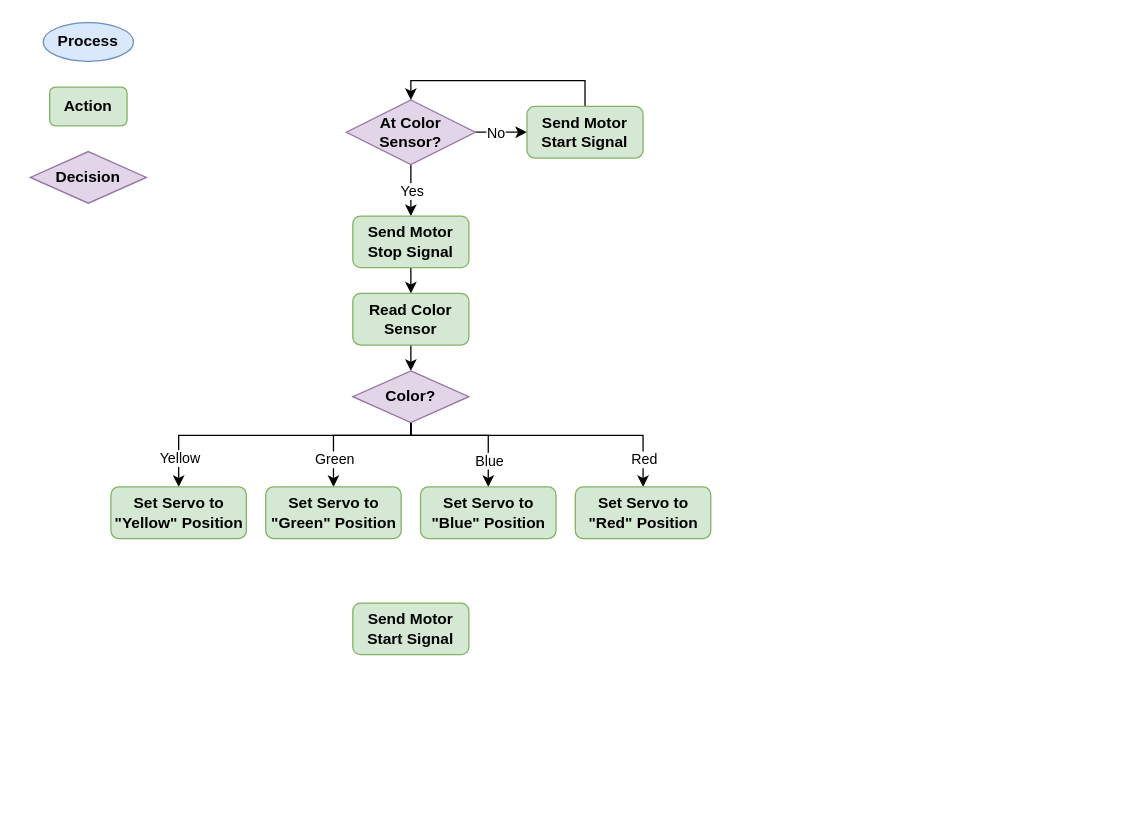
loganhartford/mte460_project keeps this draw.io diagram as draw/flow.drawio. Above is the earlier version. Source tidied: cells renumbered, new cells numbered last; positions are measured from the earlier drawing's top-left corner, leaving out a move shared by most shapes. Both pictures are drawn from the tidied source at 129%, with x=0, y=0 at pixel (30, 22).
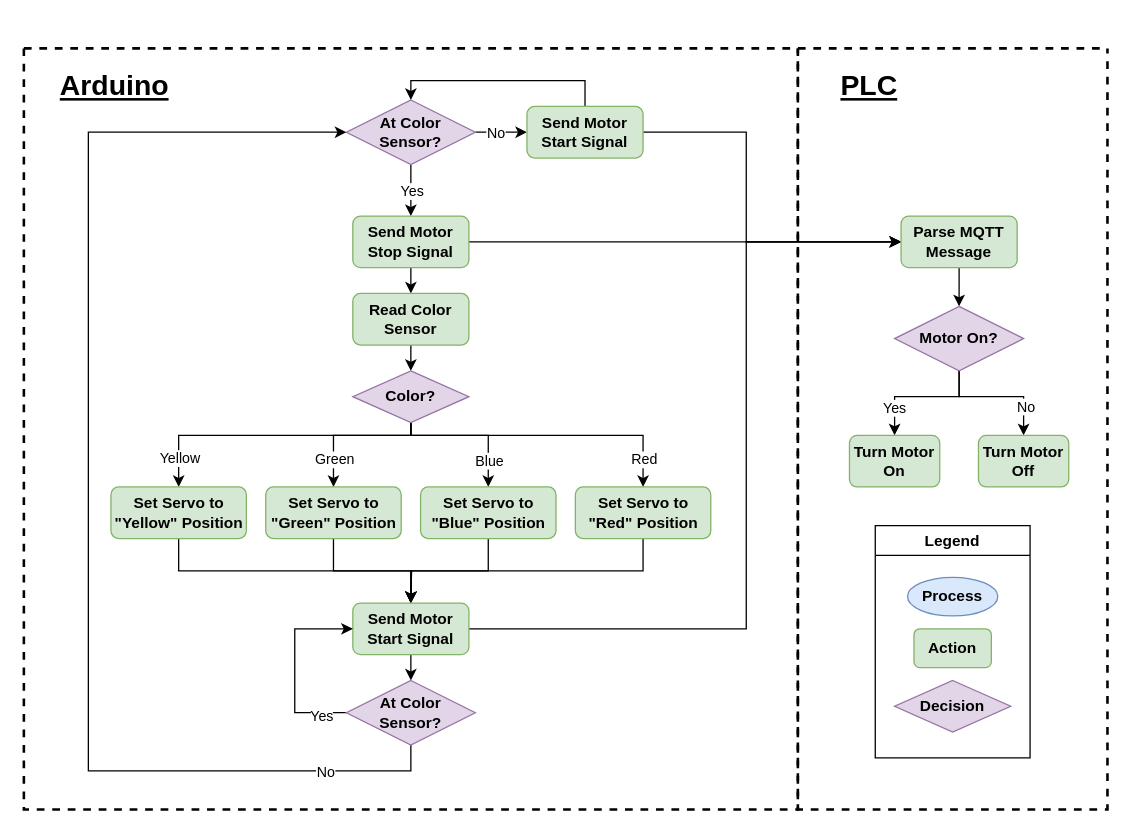
The same page after the edit.

Commit message (it also covers changes not shown here):
sheild stuff added and draw diagram finished

The change refers to these unchanged cells:
```xml
<mxCell id="9" value="At Color Sensor?" style="rhombus;whiteSpace=wrap;html=1;fontStyle=1;fillColor=#e1d5e7;strokeColor=#9673a6;" parent="1" vertex="1">
  <mxGeometry x="245" y="60" width="100" height="50" as="geometry" />
</mxCell>
<mxCell id="11" value="Send Motor Start Signal" style="rounded=1;whiteSpace=wrap;html=1;fontStyle=1;fillColor=#d5e8d4;strokeColor=#82b366;" parent="1" vertex="1">
  <mxGeometry x="385" y="65" width="90" height="40" as="geometry" />
</mxCell>
<mxCell id="13" value="Send Motor Stop Signal" style="rounded=1;whiteSpace=wrap;html=1;fontStyle=1;fillColor=#d5e8d4;strokeColor=#82b366;" parent="1" vertex="1">
  <mxGeometry x="250" y="150" width="90" height="40" as="geometry" />
</mxCell>
<mxCell id="25" value="Set Servo to &quot;Blue&quot; Position" style="rounded=1;whiteSpace=wrap;html=1;fontStyle=1;fillColor=#d5e8d4;strokeColor=#82b366;" parent="1" vertex="1">
  <mxGeometry x="302.5" y="360" width="105" height="40" as="geometry" />
</mxCell>
<mxCell id="26" value="Set Servo to &quot;Yellow&quot; Position" style="rounded=1;whiteSpace=wrap;html=1;fontStyle=1;fillColor=#d5e8d4;strokeColor=#82b366;" parent="1" vertex="1">
  <mxGeometry x="62.5" y="360" width="105" height="40" as="geometry" />
</mxCell>
<mxCell id="27" value="Set Servo to &quot;Green&quot; Position" style="rounded=1;whiteSpace=wrap;html=1;fontStyle=1;fillColor=#d5e8d4;strokeColor=#82b366;" parent="1" vertex="1">
  <mxGeometry x="182.5" y="360" width="105" height="40" as="geometry" />
</mxCell>
<mxCell id="28" value="Set Servo to &quot;Red&quot; Position" style="rounded=1;whiteSpace=wrap;html=1;fontStyle=1;fillColor=#d5e8d4;strokeColor=#82b366;" parent="1" vertex="1">
  <mxGeometry x="422.5" y="360" width="105" height="40" as="geometry" />
</mxCell>
<mxCell id="29" value="Send Motor Start Signal" style="rounded=1;whiteSpace=wrap;html=1;fontStyle=1;fillColor=#d5e8d4;strokeColor=#82b366;" parent="1" vertex="1">
  <mxGeometry x="250" y="450" width="90" height="40" as="geometry" />
</mxCell>
```

What changed in the source:
```diff
@@
-    <mxCell id="2" value="Process" style="ellipse;whiteSpace=wrap;html=1;fontStyle=1;fillColor=#dae8fc;strokeColor=#6c8ebf;" parent="1" vertex="1">
-      <mxGeometry x="10" width="70" height="30" as="geometry" />
-    </mxCell>
-    <mxCell id="3" value="Decision" style="rhombus;whiteSpace=wrap;html=1;fontStyle=1;fillColor=#e1d5e7;strokeColor=#9673a6;" parent="1" vertex="1">
-      <mxGeometry y="100" width="90" height="40" as="geometry" />
-    </mxCell>
-    <mxCell id="4" value="Action" style="rounded=1;whiteSpace=wrap;html=1;fontStyle=1;fillColor=#d5e8d4;strokeColor=#82b366;" parent="1" vertex="1">
-      <mxGeometry x="15" y="50" width="60" height="30" as="geometry" />
-    </mxCell>
@@
+    <mxCell id="30" style="edgeStyle=orthogonalEdgeStyle;rounded=0;jettySize=auto;html=1;exitX=1;exitY=0.5;exitDx=0;exitDy=0;entryX=0;entryY=0.5;entryDx=0;entryDy=0;" parent="1" edge="1" source="11" target="44">
+      <mxGeometry relative="1" as="geometry">
+        <Array as="points">
+          <mxPoint x="555" y="85" />
+          <mxPoint x="555" y="170" />
+        </Array>
+      </mxGeometry>
+    </mxCell>
@@
+    <mxCell id="31" style="edgeStyle=orthogonalEdgeStyle;rounded=0;jettySize=auto;html=1;exitX=1;exitY=0.5;exitDx=0;exitDy=0;entryX=0;entryY=0.5;entryDx=0;entryDy=0;" parent="1" edge="1" source="13" target="44">
+      <mxGeometry relative="1" as="geometry" />
+    </mxCell>
@@
+    <mxCell id="32" style="edgeStyle=orthogonalEdgeStyle;rounded=0;jettySize=auto;html=1;exitX=0.5;exitY=1;exitDx=0;exitDy=0;entryX=0.5;entryY=0;entryDx=0;entryDy=0;" parent="1" edge="1" source="25" target="29">
+      <mxGeometry relative="1" as="geometry" />
+    </mxCell>
@@
+    <mxCell id="33" style="edgeStyle=orthogonalEdgeStyle;rounded=0;jettySize=auto;html=1;exitX=0.5;exitY=1;exitDx=0;exitDy=0;entryX=0.5;entryY=0;entryDx=0;entryDy=0;" parent="1" edge="1" source="26" target="29">
+      <mxGeometry relative="1" as="geometry" />
+    </mxCell>
@@
+    <mxCell id="34" style="edgeStyle=orthogonalEdgeStyle;rounded=0;jettySize=auto;html=1;exitX=0.5;exitY=1;exitDx=0;exitDy=0;" parent="1" edge="1" source="27">
+      <mxGeometry relative="1" as="geometry">
+        <mxPoint x="295" y="450" as="targetPoint" />
+      </mxGeometry>
+    </mxCell>
@@
+    <mxCell id="35" style="edgeStyle=orthogonalEdgeStyle;rounded=0;jettySize=auto;html=1;exitX=0.5;exitY=1;exitDx=0;exitDy=0;" parent="1" edge="1" source="28">
+      <mxGeometry relative="1" as="geometry">
+        <mxPoint x="295" y="450" as="targetPoint" />
+      </mxGeometry>
+    </mxCell>
@@
+    <mxCell id="36" style="edgeStyle=orthogonalEdgeStyle;rounded=0;jettySize=auto;html=1;exitX=0.5;exitY=1;exitDx=0;exitDy=0;entryX=0.5;entryY=0;entryDx=0;entryDy=0;" parent="1" edge="1" source="29" target="42">
+      <mxGeometry relative="1" as="geometry" />
+    </mxCell>
+    <mxCell id="37" style="edgeStyle=orthogonalEdgeStyle;rounded=0;jettySize=auto;html=1;exitX=1;exitY=0.5;exitDx=0;exitDy=0;entryX=0;entryY=0.5;entryDx=0;entryDy=0;" parent="1" edge="1" source="29" target="44">
+      <mxGeometry relative="1" as="geometry">
+        <Array as="points">
+          <mxPoint x="555" y="470" />
+          <mxPoint x="555" y="170" />
+        </Array>
+      </mxGeometry>
+    </mxCell>
@@
+    <mxCell id="38" style="edgeStyle=orthogonalEdgeStyle;rounded=0;jettySize=auto;html=1;exitX=0;exitY=0.5;exitDx=0;exitDy=0;entryX=0;entryY=0.5;entryDx=0;entryDy=0;" parent="1" edge="1" source="42" target="29">
+      <mxGeometry relative="1" as="geometry">
+        <Array as="points">
+          <mxPoint x="205" y="535" />
+          <mxPoint x="205" y="470" />
+        </Array>
+      </mxGeometry>
+    </mxCell>
+    <mxCell id="39" value="Yes" style="edgeLabel;html=1;align=center;verticalAlign=middle;" parent="38" vertex="1">
+      <mxGeometry x="-0.73" y="2" relative="1" as="geometry" />
+    </mxCell>
+    <mxCell id="40" style="edgeStyle=orthogonalEdgeStyle;rounded=0;jettySize=auto;html=1;exitX=0.5;exitY=1;exitDx=0;exitDy=0;entryX=0;entryY=0.5;entryDx=0;entryDy=0;" parent="1" edge="1" source="42" target="9">
+      <mxGeometry relative="1" as="geometry">
+        <Array as="points">
+          <mxPoint x="295" y="580" />
+          <mxPoint x="45" y="580" />
+          <mxPoint x="45" y="85" />
+        </Array>
+      </mxGeometry>
+    </mxCell>
+    <mxCell id="41" value="No" style="edgeLabel;html=1;align=center;verticalAlign=middle;" parent="40" vertex="1">
+      <mxGeometry x="-0.82" relative="1" as="geometry" />
+    </mxCell>
+    <mxCell id="42" value="At Color Sensor?" style="rhombus;whiteSpace=wrap;html=1;fontStyle=1;fillColor=#e1d5e7;strokeColor=#9673a6;" parent="1" vertex="1">
+      <mxGeometry x="245" y="510" width="100" height="50" as="geometry" />
+    </mxCell>
+    <mxCell id="43" style="edgeStyle=orthogonalEdgeStyle;rounded=0;jettySize=auto;html=1;exitX=0.5;exitY=1;exitDx=0;exitDy=0;entryX=0.5;entryY=0;entryDx=0;entryDy=0;" parent="1" edge="1" source="44" target="49">
+      <mxGeometry relative="1" as="geometry" />
+    </mxCell>
+    <mxCell id="44" value="Parse MQTT Message" style="rounded=1;whiteSpace=wrap;html=1;fontStyle=1;fillColor=#d5e8d4;strokeColor=#82b366;" parent="1" vertex="1">
+      <mxGeometry x="675" y="150" width="90" height="40" as="geometry" />
+    </mxCell>
+    <mxCell id="45" style="edgeStyle=orthogonalEdgeStyle;rounded=0;jettySize=auto;html=1;exitX=0.5;exitY=1;exitDx=0;exitDy=0;entryX=0.5;entryY=0;entryDx=0;entryDy=0;" parent="1" edge="1" source="49" target="50">
+      <mxGeometry relative="1" as="geometry">
+        <Array as="points">
+          <mxPoint x="720" y="290" />
+          <mxPoint x="670" y="290" />
+        </Array>
+      </mxGeometry>
+    </mxCell>
+    <mxCell id="46" value="Yes" style="edgeLabel;html=1;align=center;verticalAlign=middle;" parent="45" vertex="1">
+      <mxGeometry x="0.55" y="-1" relative="1" as="geometry" />
+    </mxCell>
+    <mxCell id="47" style="edgeStyle=orthogonalEdgeStyle;rounded=0;jettySize=auto;html=1;exitX=0.5;exitY=1;exitDx=0;exitDy=0;entryX=0.5;entryY=0;entryDx=0;entryDy=0;" parent="1" edge="1" source="49" target="51">
+      <mxGeometry relative="1" as="geometry">
+        <Array as="points">
+          <mxPoint x="720" y="290" />
+          <mxPoint x="770" y="290" />
+        </Array>
+      </mxGeometry>
+    </mxCell>
+    <mxCell id="48" value="No" style="edgeLabel;html=1;align=center;verticalAlign=middle;" parent="47" vertex="1">
+      <mxGeometry x="0.53" y="1" relative="1" as="geometry" />
+    </mxCell>
+    <mxCell id="49" value="Motor On?" style="rhombus;whiteSpace=wrap;html=1;fontStyle=1;fillColor=#e1d5e7;strokeColor=#9673a6;" parent="1" vertex="1">
+      <mxGeometry x="670" y="220" width="100" height="50" as="geometry" />
+    </mxCell>
+    <mxCell id="50" value="Turn Motor On" style="rounded=1;whiteSpace=wrap;html=1;fontStyle=1;fillColor=#d5e8d4;strokeColor=#82b366;" parent="1" vertex="1">
+      <mxGeometry x="635" y="320" width="70" height="40" as="geometry" />
+    </mxCell>
+    <mxCell id="51" value="Turn Motor Off" style="rounded=1;whiteSpace=wrap;html=1;fontStyle=1;fillColor=#d5e8d4;strokeColor=#82b366;" parent="1" vertex="1">
+      <mxGeometry x="735" y="320" width="70" height="40" as="geometry" />
+    </mxCell>
+    <mxCell id="52" style="swimlane;startSize=0;dashed=1;strokeWidth=2;" parent="1" vertex="1">
+      <mxGeometry x="-5" y="20" width="600" height="590" as="geometry" />
+    </mxCell>
+    <mxCell id="53" value="Arduino" style="text;html=1;align=center;verticalAlign=middle;strokeColor=none;fillColor=none;fontStyle=5;fontSize=22;" parent="52" vertex="1">
+      <mxGeometry x="20" y="10" width="100" height="40" as="geometry" />
+    </mxCell>
+    <mxCell id="54" style="swimlane;startSize=0;dashed=1;strokeWidth=2;" parent="1" vertex="1">
+      <mxGeometry x="595" y="20" width="240" height="590" as="geometry" />
+    </mxCell>
+    <mxCell id="55" value="PLC" style="text;html=1;align=center;verticalAlign=middle;strokeColor=none;fillColor=none;fontStyle=5;fontSize=22;" parent="54" vertex="1">
+      <mxGeometry x="20" y="10" width="70" height="40" as="geometry" />
+    </mxCell>
+    <mxCell id="2" value="Process" style="ellipse;whiteSpace=wrap;html=1;fontStyle=1;fillColor=#dae8fc;strokeColor=#6c8ebf;" parent="54" vertex="1">
+      <mxGeometry x="85" y="410" width="70" height="30" as="geometry" />
+    </mxCell>
+    <mxCell id="3" value="Decision" style="rhombus;whiteSpace=wrap;html=1;fontStyle=1;fillColor=#e1d5e7;strokeColor=#9673a6;" parent="54" vertex="1">
+      <mxGeometry x="75" y="490" width="90" height="40" as="geometry" />
+    </mxCell>
+    <mxCell id="4" value="Action" style="rounded=1;whiteSpace=wrap;html=1;fontStyle=1;fillColor=#d5e8d4;strokeColor=#82b366;" parent="54" vertex="1">
+      <mxGeometry x="90" y="450" width="60" height="30" as="geometry" />
+    </mxCell>
+    <mxCell id="56" value="Legend" style="swimlane;whiteSpace=wrap;html=1;" parent="54" vertex="1">
+      <mxGeometry x="60" y="370" width="120" height="180" as="geometry" />
+    </mxCell>
```
